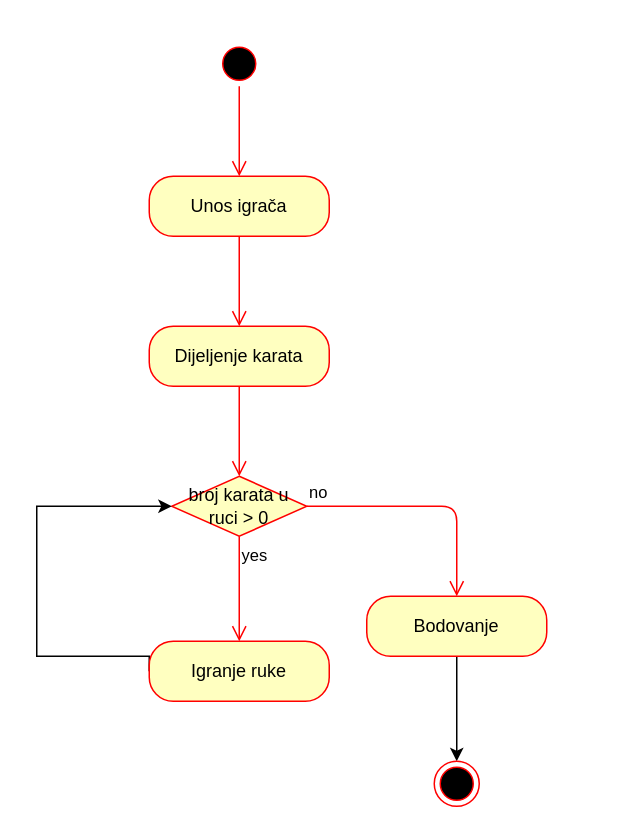
Before: page "Activity: igranje tresete" (2 of 3) of Dijagram.drawio in TheRealJoci/Tressette-Terminal-Card-Game, a draw.io diagram. Source tidied: cells renumbered, new cells numbered last; positions are measured from the earlier drawing's top-left corner, leaving out a move shared by most shapes. Both pictures are drawn from the tidied source at 150%, with x=0, y=0 at pixel (36, 40).
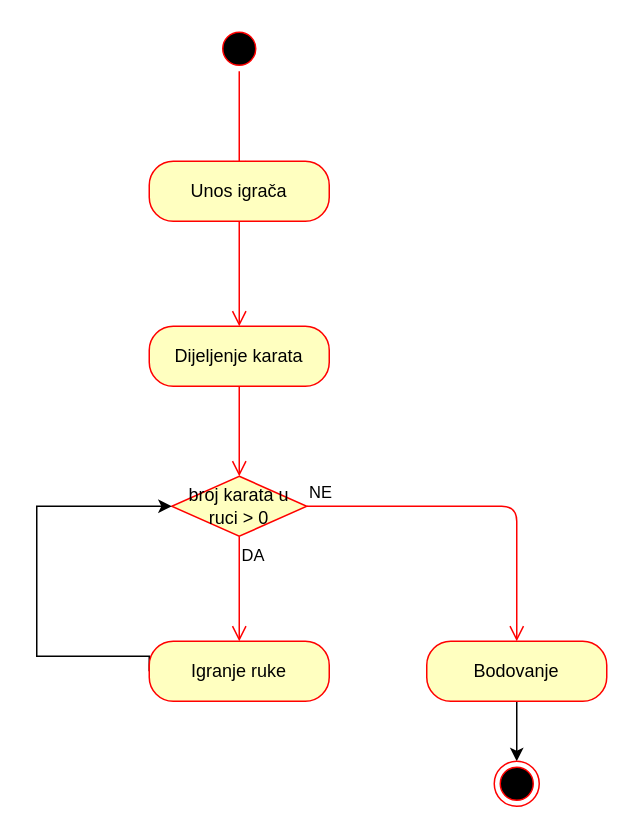
After the change.

Change to the diagram source:
```diff
@@
 <mxGraphModel>
   <root>
     <mxCell id="0" />
     <mxCell id="1" parent="0" />
     <mxCell id="2" style="ellipse;html=1;shape=startState;fillColor=#000000;strokeColor=#ff0000;" parent="1" vertex="1">
-      <mxGeometry x="120" width="30" height="30" as="geometry" />
+      <mxGeometry x="120" y="-10" width="30" height="30" as="geometry" />
     </mxCell>
     <mxCell id="3" style="edgeStyle=orthogonalEdgeStyle;html=1;verticalAlign=bottom;endArrow=open;endSize=8;strokeColor=#ff0000;" parent="1" edge="1" source="2">
       <mxGeometry relative="1" as="geometry">
         <mxPoint x="135" y="90" as="targetPoint" />
       </mxGeometry>
     </mxCell>
     <mxCell id="4" value="Unos igrača" style="rounded=1;whiteSpace=wrap;html=1;arcSize=40;fontColor=#000000;fillColor=#ffffc0;strokeColor=#ff0000;" parent="1" vertex="1">
-      <mxGeometry x="75" y="90" width="120" height="40" as="geometry" />
+      <mxGeometry x="75" y="80" width="120" height="40" as="geometry" />
     </mxCell>
     <mxCell id="5" style="edgeStyle=orthogonalEdgeStyle;html=1;verticalAlign=bottom;endArrow=open;endSize=8;strokeColor=#ff0000;" parent="1" edge="1" source="4">
       <mxGeometry relative="1" as="geometry">
         <mxPoint x="135" y="190" as="targetPoint" />
       </mxGeometry>
     </mxCell>
     <mxCell id="6" value="Dijeljenje karata" style="rounded=1;whiteSpace=wrap;html=1;arcSize=40;fontColor=#000000;fillColor=#ffffc0;strokeColor=#ff0000;" parent="1" vertex="1">
       <mxGeometry x="75" y="190" width="120" height="40" as="geometry" />
     </mxCell>
     <mxCell id="7" style="edgeStyle=orthogonalEdgeStyle;html=1;verticalAlign=bottom;endArrow=open;endSize=8;strokeColor=#ff0000;" parent="1" edge="1" source="6">
       <mxGeometry relative="1" as="geometry">
         <mxPoint x="135" y="290" as="targetPoint" />
       </mxGeometry>
     </mxCell>
     <mxCell id="8" value="broj karata u ruci &amp;gt; 0" style="rhombus;whiteSpace=wrap;html=1;fillColor=#ffffc0;strokeColor=#ff0000;" parent="1" vertex="1">
       <mxGeometry x="90" y="290" width="90" height="40" as="geometry" />
     </mxCell>
-    <mxCell id="9" value="no" style="edgeStyle=orthogonalEdgeStyle;html=1;align=left;verticalAlign=bottom;endArrow=open;endSize=8;strokeColor=#ff0000;" parent="1" edge="1" source="8" target="12">
+    <mxCell id="9" value="NE" style="edgeStyle=orthogonalEdgeStyle;html=1;align=left;verticalAlign=bottom;endArrow=open;endSize=8;strokeColor=#ff0000;" parent="1" edge="1" source="8" target="12">
       <mxGeometry x="-1" relative="1" as="geometry" />
     </mxCell>
-    <mxCell id="10" value="yes" style="edgeStyle=orthogonalEdgeStyle;html=1;align=left;verticalAlign=top;endArrow=open;endSize=8;strokeColor=#ff0000;entryX=0.5;entryY=0;entryDx=0;entryDy=0;" parent="1" edge="1" source="8" target="15">
+    <mxCell id="10" value="DA" style="edgeStyle=orthogonalEdgeStyle;html=1;align=left;verticalAlign=top;endArrow=open;endSize=8;strokeColor=#ff0000;entryX=0.5;entryY=0;entryDx=0;entryDy=0;" parent="1" edge="1" source="8" target="15">
       <mxGeometry x="-1" relative="1" as="geometry" />
     </mxCell>
     <mxCell id="11" style="edgeStyle=orthogonalEdgeStyle;rounded=0;jettySize=auto;html=1;exitX=0.5;exitY=1;exitDx=0;exitDy=0;entryX=0.5;entryY=0;entryDx=0;entryDy=0;" parent="1" edge="1" source="12" target="13">
       <mxGeometry relative="1" as="geometry" />
     </mxCell>
     <mxCell id="12" value="Bodovanje" style="rounded=1;whiteSpace=wrap;html=1;arcSize=40;fontColor=#000000;fillColor=#ffffc0;strokeColor=#ff0000;" parent="1" vertex="1">
-      <mxGeometry x="220" y="370" width="120" height="40" as="geometry" />
+      <mxGeometry x="260" y="400" width="120" height="40" as="geometry" />
     </mxCell>
     <mxCell id="13" style="ellipse;html=1;shape=endState;fillColor=#000000;strokeColor=#ff0000;" parent="1" vertex="1">
-      <mxGeometry x="265" y="480" width="30" height="30" as="geometry" />
+      <mxGeometry x="305" y="480" width="30" height="30" as="geometry" />
     </mxCell>
     <mxCell id="14" style="edgeStyle=orthogonalEdgeStyle;rounded=0;jettySize=auto;html=1;exitX=0;exitY=0.5;exitDx=0;exitDy=0;entryX=0;entryY=0.5;entryDx=0;entryDy=0;" parent="1" edge="1" source="15" target="8">
       <mxGeometry relative="1" as="geometry">
         <Array as="points">
           <mxPoint y="410" />
           <mxPoint y="310" />
         </Array>
       </mxGeometry>
     </mxCell>
     <mxCell id="15" value="Igranje ruke" style="rounded=1;whiteSpace=wrap;html=1;arcSize=40;fontColor=#000000;fillColor=#ffffc0;strokeColor=#ff0000;" parent="1" vertex="1">
       <mxGeometry x="75" y="400" width="120" height="40" as="geometry" />
     </mxCell>
   </root>
 </mxGraphModel>
```
